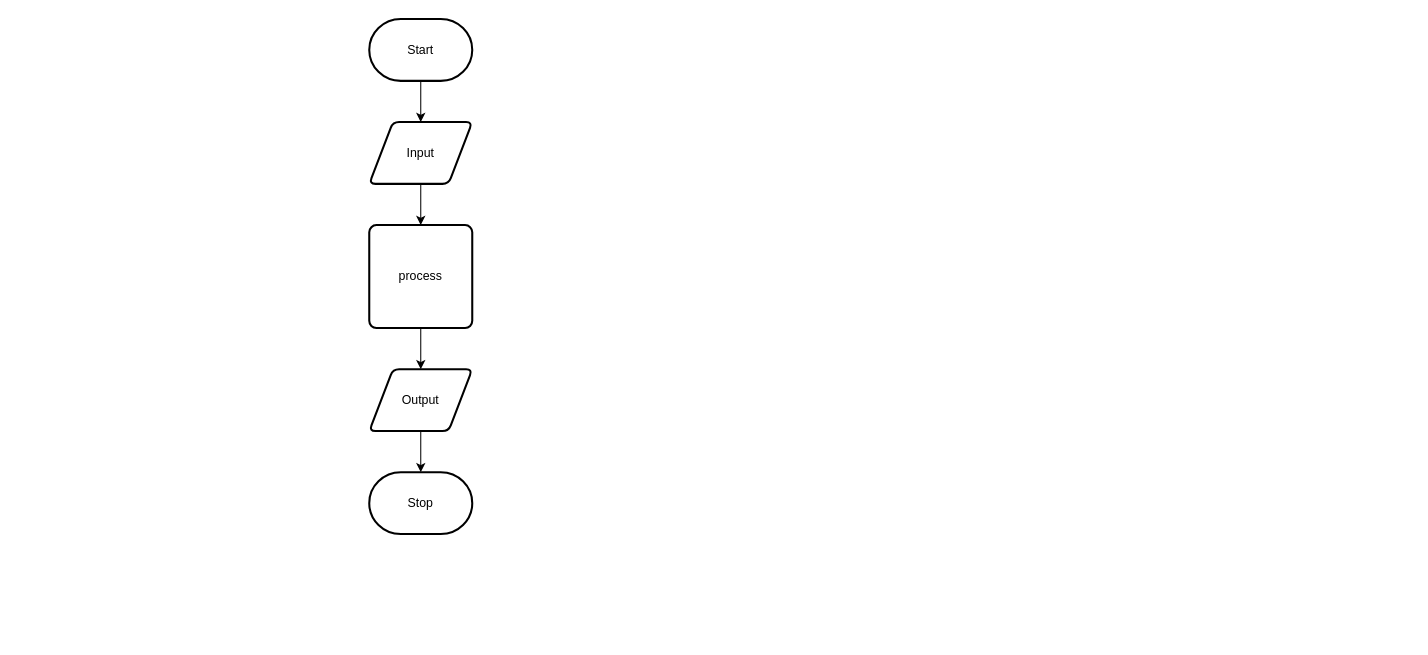
The draw.io diagram design/flow-chart.drawio in Kenny-Le-281/ICS2O-Unit5-03-HTML, before the edit. Source tidied: cells renumbered, new cells numbered last; positions are measured from the earlier drawing's top-left corner, leaving out a move shared by most shapes. Both pictures are drawn from the tidied source at 103%, with x=0, y=0 at pixel (369, 19).
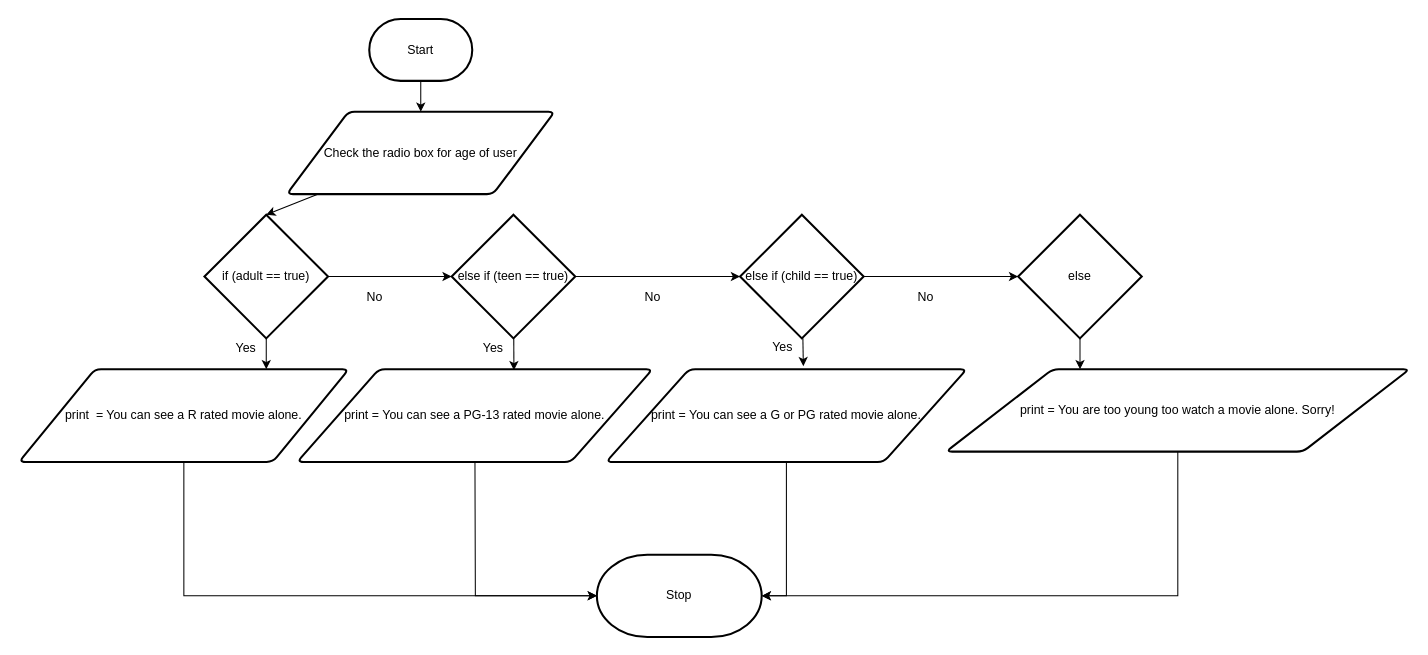
After the change.

Diff of the diagram source:
```diff
@@
-    <mxCell id="4" style="edgeStyle=none;html=1;" parent="1" edge="1" source="5" target="7">
-      <mxGeometry relative="1" as="geometry" />
-    </mxCell>
+    <mxCell id="11" style="edgeStyle=none;html=1;entryX=0.5;entryY=0;entryDx=0;entryDy=0;entryPerimeter=0;" parent="1" edge="1" source="5" target="8">
+      <mxGeometry relative="1" as="geometry" />
+    </mxCell>
-    <mxCell id="5" value="Input" style="shape=parallelogram;html=1;strokeWidth=2;perimeter=parallelogramPerimeter;whiteSpace=wrap;rounded=1;arcSize=12;size=0.23;" parent="1" vertex="1">
-      <mxGeometry y="100" width="100" height="60" as="geometry" />
+    <mxCell id="5" value="Check the radio box for age of user" style="shape=parallelogram;html=1;strokeWidth=2;perimeter=parallelogramPerimeter;whiteSpace=wrap;rounded=1;arcSize=12;size=0.23;" parent="1" vertex="1">
+      <mxGeometry x="-80" y="90" width="260" height="80" as="geometry" />
     </mxCell>
-    <mxCell id="6" style="edgeStyle=none;html=1;" parent="1" edge="1" source="7" target="9">
-      <mxGeometry relative="1" as="geometry" />
-    </mxCell>
-    <mxCell id="7" value="process" style="rounded=1;whiteSpace=wrap;html=1;absoluteArcSize=1;arcSize=14;strokeWidth=2;" parent="1" vertex="1">
-      <mxGeometry y="200" width="100" height="100" as="geometry" />
-    </mxCell>
+    <mxCell id="12" style="edgeStyle=none;html=1;entryX=0;entryY=0.5;entryDx=0;entryDy=0;entryPerimeter=0;" parent="1" edge="1" source="8" target="18">
+      <mxGeometry relative="1" as="geometry" />
+    </mxCell>
+    <mxCell id="13" style="edgeStyle=none;html=1;entryX=0.75;entryY=0;entryDx=0;entryDy=0;" parent="1" edge="1" source="8" target="15">
+      <mxGeometry relative="1" as="geometry" />
+    </mxCell>
-    <mxCell id="8" style="edgeStyle=none;html=1;" parent="1" edge="1" source="9" target="10">
-      <mxGeometry relative="1" as="geometry" />
+    <mxCell id="8" value="if (adult == true)" style="strokeWidth=2;html=1;shape=mxgraph.flowchart.decision;whiteSpace=wrap;" parent="1" vertex="1">
+      <mxGeometry x="-160" y="190" width="120" height="120" as="geometry" />
     </mxCell>
-    <mxCell id="9" value="Output" style="shape=parallelogram;html=1;strokeWidth=2;perimeter=parallelogramPerimeter;whiteSpace=wrap;rounded=1;arcSize=12;size=0.23;" parent="1" vertex="1">
-      <mxGeometry y="340" width="100" height="60" as="geometry" />
-    </mxCell>
+    <mxCell id="14" style="edgeStyle=none;html=1;entryX=0;entryY=0.5;entryDx=0;entryDy=0;entryPerimeter=0;rounded=0;" parent="1" edge="1" source="15" target="10">
+      <mxGeometry relative="1" as="geometry">
+        <Array as="points">
+          <mxPoint x="-180" y="560" />
+        </Array>
+      </mxGeometry>
+    </mxCell>
+    <mxCell id="15" value="print&amp;nbsp; = You can see a R rated movie alone." style="shape=parallelogram;html=1;strokeWidth=2;perimeter=parallelogramPerimeter;whiteSpace=wrap;rounded=1;arcSize=12;size=0.23;" parent="1" vertex="1">
+      <mxGeometry x="-340" y="340" width="320" height="90" as="geometry" />
+    </mxCell>
+    <mxCell id="16" style="edgeStyle=none;html=1;entryX=0.61;entryY=0.011;entryDx=0;entryDy=0;entryPerimeter=0;" parent="1" edge="1" source="18" target="20">
+      <mxGeometry relative="1" as="geometry" />
+    </mxCell>
+    <mxCell id="17" style="edgeStyle=none;html=1;entryX=0;entryY=0.5;entryDx=0;entryDy=0;entryPerimeter=0;" parent="1" edge="1" source="18" target="23">
+      <mxGeometry relative="1" as="geometry" />
+    </mxCell>
+    <mxCell id="18" value="else if (teen == true)" style="strokeWidth=2;html=1;shape=mxgraph.flowchart.decision;whiteSpace=wrap;" parent="1" vertex="1">
+      <mxGeometry x="80" y="190" width="120" height="120" as="geometry" />
+    </mxCell>
+    <mxCell id="19" style="edgeStyle=none;rounded=0;html=1;entryX=0;entryY=0.5;entryDx=0;entryDy=0;entryPerimeter=0;" parent="1" edge="1" source="20" target="10">
+      <mxGeometry relative="1" as="geometry">
+        <Array as="points">
+          <mxPoint x="103" y="560" />
+        </Array>
+      </mxGeometry>
+    </mxCell>
+    <mxCell id="20" value="print =&amp;nbsp;You can see a PG-13 rated movie alone." style="shape=parallelogram;html=1;strokeWidth=2;perimeter=parallelogramPerimeter;whiteSpace=wrap;rounded=1;arcSize=12;size=0.23;" parent="1" vertex="1">
+      <mxGeometry x="-70" y="340" width="345" height="90" as="geometry" />
+    </mxCell>
+    <mxCell id="21" style="edgeStyle=none;html=1;entryX=0.547;entryY=-0.033;entryDx=0;entryDy=0;entryPerimeter=0;" parent="1" edge="1" source="23" target="25">
+      <mxGeometry relative="1" as="geometry" />
+    </mxCell>
+    <mxCell id="22" style="edgeStyle=none;html=1;" parent="1" edge="1" source="23" target="27">
+      <mxGeometry relative="1" as="geometry" />
+    </mxCell>
+    <mxCell id="23" value="else if (child == true)" style="strokeWidth=2;html=1;shape=mxgraph.flowchart.decision;whiteSpace=wrap;" parent="1" vertex="1">
+      <mxGeometry x="360" y="190" width="120" height="120" as="geometry" />
+    </mxCell>
+    <mxCell id="24" style="edgeStyle=none;rounded=0;html=1;entryX=1;entryY=0.5;entryDx=0;entryDy=0;entryPerimeter=0;" parent="1" edge="1" source="25" target="10">
+      <mxGeometry relative="1" as="geometry">
+        <Array as="points">
+          <mxPoint x="405" y="560" />
+        </Array>
+      </mxGeometry>
+    </mxCell>
+    <mxCell id="25" value="print =&amp;nbsp;You can see a G or PG rated movie alone." style="shape=parallelogram;html=1;strokeWidth=2;perimeter=parallelogramPerimeter;whiteSpace=wrap;rounded=1;arcSize=12;size=0.23;" parent="1" vertex="1">
+      <mxGeometry x="230" y="340" width="350" height="90" as="geometry" />
+    </mxCell>
+    <mxCell id="26" style="edgeStyle=none;html=1;entryX=0.289;entryY=0;entryDx=0;entryDy=0;entryPerimeter=0;" parent="1" edge="1" source="27" target="29">
+      <mxGeometry relative="1" as="geometry" />
+    </mxCell>
+    <mxCell id="27" value="else" style="strokeWidth=2;html=1;shape=mxgraph.flowchart.decision;whiteSpace=wrap;" parent="1" vertex="1">
+      <mxGeometry x="630" y="190" width="120" height="120" as="geometry" />
+    </mxCell>
+    <mxCell id="28" style="edgeStyle=none;rounded=0;html=1;entryX=1;entryY=0.5;entryDx=0;entryDy=0;entryPerimeter=0;" parent="1" edge="1" source="29" target="10">
+      <mxGeometry relative="1" as="geometry">
+        <Array as="points">
+          <mxPoint x="785" y="560" />
+        </Array>
+      </mxGeometry>
+    </mxCell>
+    <mxCell id="29" value="print =&amp;nbsp;You are too young too watch a movie alone. Sorry!" style="shape=parallelogram;html=1;strokeWidth=2;perimeter=parallelogramPerimeter;whiteSpace=wrap;rounded=1;arcSize=12;size=0.23;" parent="1" vertex="1">
+      <mxGeometry x="560" y="340" width="450" height="80" as="geometry" />
+    </mxCell>
+    <mxCell id="30" value="Yes" style="text;html=1;align=center;verticalAlign=middle;fillColor=none;strokeColor=none;rounded=0;" parent="1" vertex="1">
+      <mxGeometry x="381" y="309" width="40" height="20" as="geometry" />
+    </mxCell>
+    <mxCell id="31" value="Yes" style="text;html=1;align=center;verticalAlign=middle;fillColor=none;strokeColor=none;rounded=0;" parent="1" vertex="1">
+      <mxGeometry x="-140" y="310" width="40" height="20" as="geometry" />
+    </mxCell>
+    <mxCell id="32" value="Yes" style="text;html=1;align=center;verticalAlign=middle;fillColor=none;strokeColor=none;rounded=0;" parent="1" vertex="1">
+      <mxGeometry x="100" y="310" width="40" height="20" as="geometry" />
+    </mxCell>
+    <mxCell id="33" value="No" style="text;html=1;align=center;verticalAlign=middle;fillColor=none;strokeColor=none;rounded=0;" parent="1" vertex="1">
+      <mxGeometry x="525" y="260" width="30" height="20" as="geometry" />
+    </mxCell>
+    <mxCell id="34" value="No" style="text;html=1;align=center;verticalAlign=middle;fillColor=none;strokeColor=none;rounded=0;" parent="1" vertex="1">
+      <mxGeometry x="260" y="260" width="30" height="20" as="geometry" />
+    </mxCell>
+    <mxCell id="35" value="No" style="text;html=1;align=center;verticalAlign=middle;fillColor=none;strokeColor=none;rounded=0;" parent="1" vertex="1">
+      <mxGeometry x="-10" y="260" width="30" height="20" as="geometry" />
+    </mxCell>
     <mxCell id="10" value="Stop" style="strokeWidth=2;html=1;shape=mxgraph.flowchart.terminator;whiteSpace=wrap;" parent="1" vertex="1">
-      <mxGeometry y="440" width="100" height="60" as="geometry" />
+      <mxGeometry x="221" y="520" width="160" height="80" as="geometry" />
     </mxCell>
```
